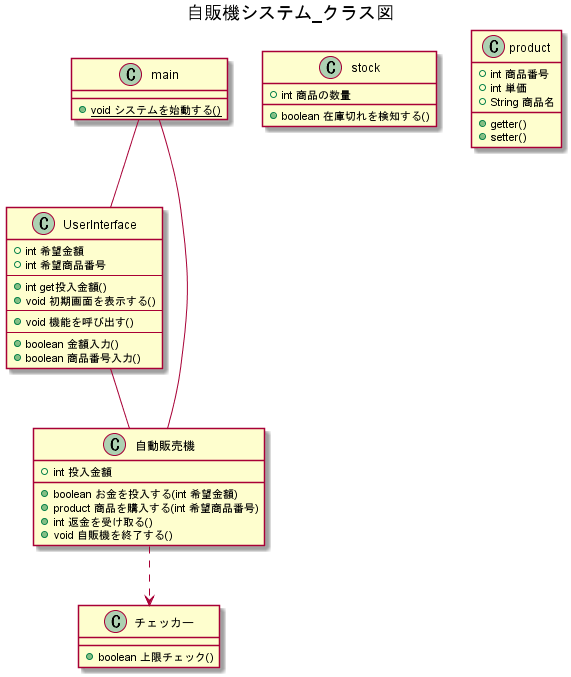
This is UML_class_sequence/自販機システム_クラス図.png from W-Nakayama-24/VendingMachine_CUI, a PlantUML export, as it was before one commit.
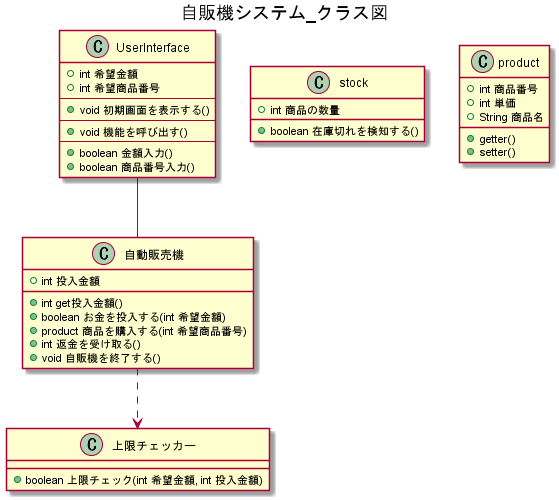
Above is the later version.

Commit message:
FIX classDiag and sequence01

Change to the diagram source:
```diff
@@ -1,21 +1,14 @@
 @startuml
 title 自販機システム_クラス図
 
-main -- UserInterface
-main -- 自動販売機
+
 UserInterface -- 自動販売機
-自動販売機 ..> チェッカー
-
-
-class main {
-    +{static}void システムを始動する()
-}
+自動販売機 ..> 上限チェッカー
 
 class UserInterface {
     +int 希望金額
     +int 希望商品番号
     --
-    +int get投入金額()
     +void 初期画面を表示する()
     --
     +void 機能を呼び出す()
@@ -26,14 +19,15 @@
 
 class 自動販売機 {
     +int 投入金額
+    +int get投入金額()
     +boolean お金を投入する(int 希望金額)
     +product 商品を購入する(int 希望商品番号)
     +int 返金を受け取る()
     +void 自販機を終了する()
 }
 
-class チェッカー{
-    +boolean 上限チェック()
+class 上限チェッカー{
+    +boolean 上限チェック(int 希望金額, int 投入金額)
 }
 
 
```
